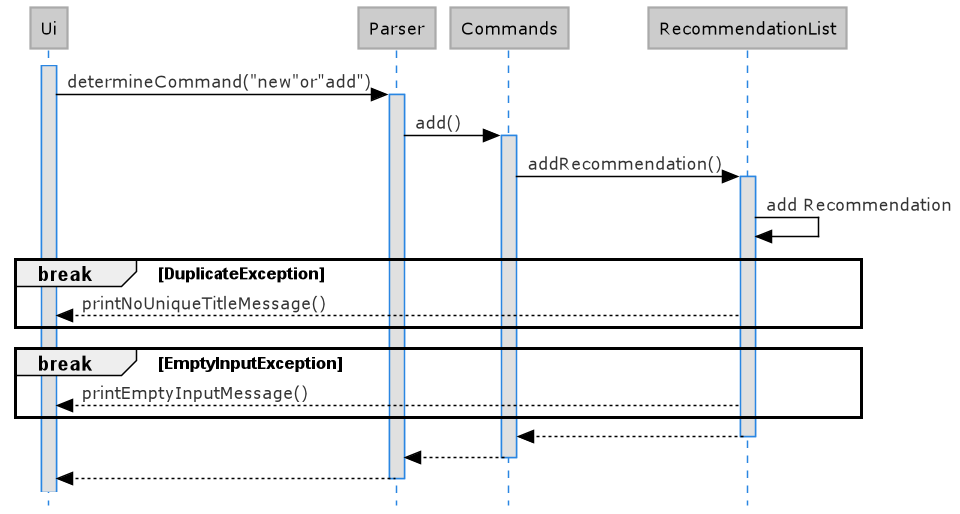
Above: docs/diagrams/Add_Reco_Sequence_Diagram.png in nus-cs2113-AY2021S2/tp (PlantUML), before the change. Its diagram source:
```plantuml
@startuml Add_Reco_Sequence_Diagram
!define LIGHTBLUE
!includeurl https://raw.githubusercontent.com/Drakemor/RedDress-PlantUML/master/style.puml
skinparam style  strictuml

activate Ui
Ui -> Parser : determineCommand("new"or"add")
activate Parser

Parser -> Commands : add()
activate Commands

    Commands -> RecommendationList : addRecommendation()
    activate RecommendationList

    RecommendationList -> RecommendationList : add Recommendation

    break DuplicateException
        RecommendationList --> Ui : printNoUniqueTitleMessage()
    end

    break EmptyInputException
        RecommendationList --> Ui : printEmptyInputMessage()
    end

RecommendationList --> Commands
deactivate RecommendationList


Commands --> Parser
deactivate Commands
Parser --> Ui
deactivate Parser

@enduml
```
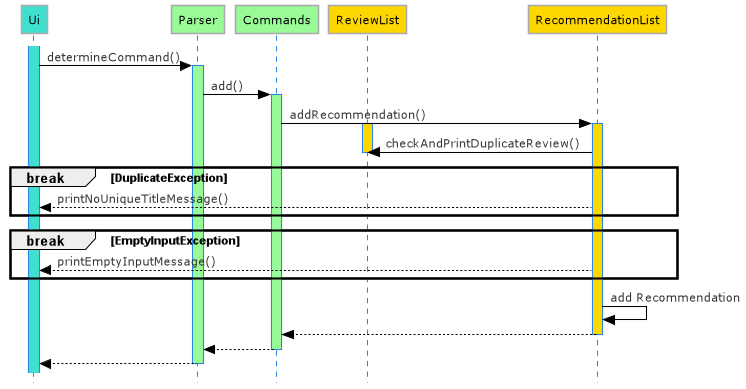
The same file after the commit.

Commit message:
review reco dg

Change to the diagram source:
```diff
@@ -1,19 +1,27 @@
-@startuml Add_Reco_Sequence_Diagram
+@startuml Add_Sequence_Diagram
 !define LIGHTBLUE
 !includeurl https://raw.githubusercontent.com/Drakemor/RedDress-PlantUML/master/style.puml
-skinparam style  strictuml
+skinparam style strictuml
 
-activate Ui
-Ui -> Parser : determineCommand("new"or"add")
-activate Parser
+participant Ui #Turquoise
+participant Parser #PaleGreen
+participant Commands #PaleGreen
+participant ReviewList #Gold
+participant RecommendationList #Gold
+
+activate Ui #Turquoise
+Ui -> Parser : determineCommand()
+activate Parser #PaleGreen
 
 Parser -> Commands : add()
-activate Commands
+activate Commands #PaleGreen
+    Commands -> RecommendationList : addRecommendation()
+    activate RecommendationList #Gold
+     activate ReviewList #Gold
 
-    Commands -> RecommendationList : addRecommendation()
-    activate RecommendationList
+        RecommendationList-> ReviewList: checkAndPrintDuplicateReview()
 
-    RecommendationList -> RecommendationList : add Recommendation
+     deactivate ReviewList
 
     break DuplicateException
         RecommendationList --> Ui : printNoUniqueTitleMessage()
@@ -22,6 +30,7 @@
     break EmptyInputException
         RecommendationList --> Ui : printEmptyInputMessage()
     end
+        RecommendationList -> RecommendationList : add Recommendation
 
 RecommendationList --> Commands
 deactivate RecommendationList
```
